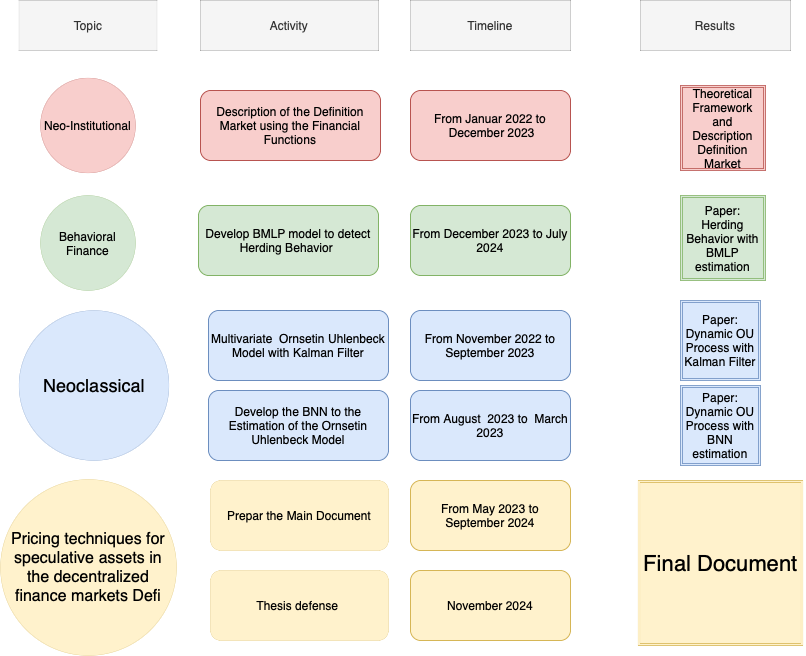
The draw.io diagram schedule.png in Andres1984/Andres.github.io, before a commit. Source tidied: cells renumbered, new cells last; positions are measured from the earlier drawing's top-left corner, leaving out a move shared by most shapes.
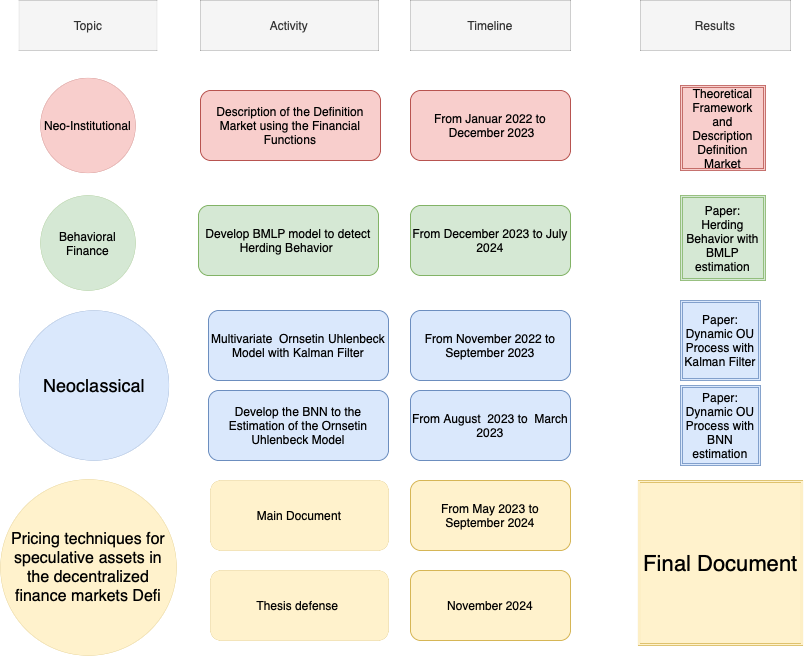
The same diagram one commit later.

The edit, as a diff of the source:
```diff
@@ -53,7 +53,7 @@
     <mxCell id="18" value="Topic" style="text;html=1;strokeColor=#666666;fillColor=#f5f5f5;align=center;verticalAlign=middle;whiteSpace=wrap;rounded=0;dashed=1;dashPattern=1 4;strokeWidth=0;fontColor=#333333;" parent="2" vertex="1">
       <mxGeometry x="-21.5" width="138" height="50" as="geometry" />
     </mxCell>
-    <mxCell id="19" value="Prepar the Main Document" style="rounded=1;whiteSpace=wrap;html=1;dashed=1;dashPattern=1 4;strokeColor=#d6b656;strokeWidth=0;fillColor=#fff2cc;" parent="2" vertex="1">
+    <mxCell id="19" value="Main Document" style="rounded=1;whiteSpace=wrap;html=1;dashed=1;dashPattern=1 4;strokeColor=#d6b656;strokeWidth=0;fillColor=#fff2cc;" parent="2" vertex="1">
       <mxGeometry x="170" y="480" width="178" height="70" as="geometry" />
     </mxCell>
     <mxCell id="20" value="From May 2023 to September 2024" style="rounded=1;whiteSpace=wrap;html=1;fillColor=#fff2cc;strokeColor=#d6b656;" parent="2" vertex="1">
```
